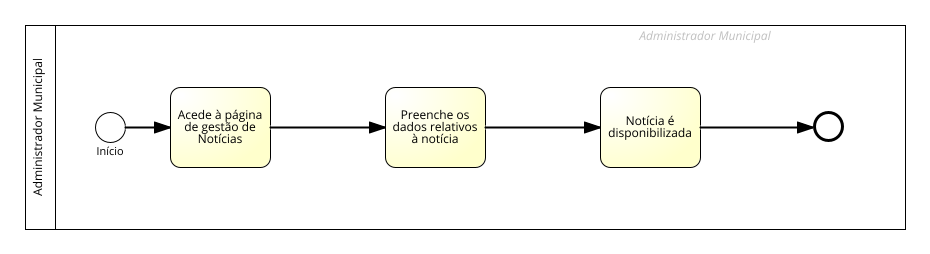
The BPMN diagram BPMNs/Noticias/Images/RFN1.png in Municip-io-org/Municip.io, before a commit. Its source is kept beside it as BPMNs/Noticias/RFN1.bpmn. Ids are renumbered.
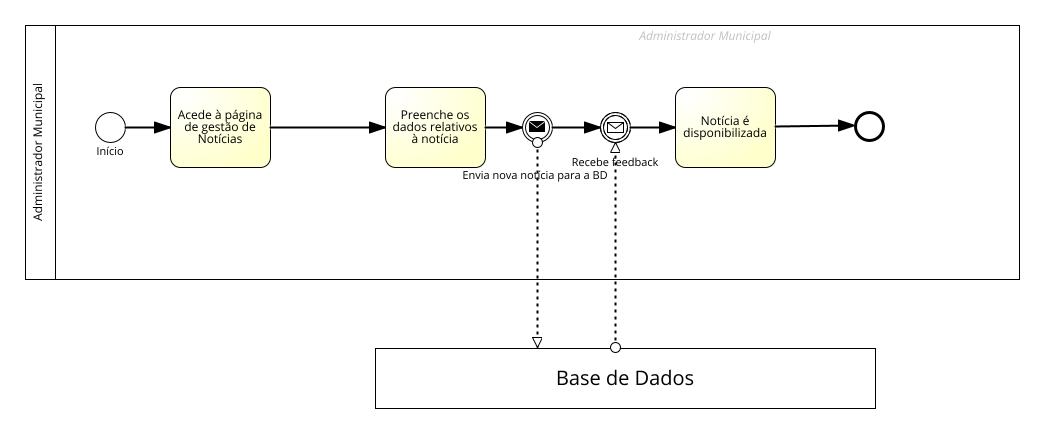
The same diagram one commit later.

Change to the diagram source:
```diff
@@ -1,11 +1,11 @@
-<?xml version="1.0" encoding="UTF-8"?><definitions xmlns="http://www.omg.org/spec/BPMN/20100524/MODEL" xmlns:bpmndi="http://www.omg.org/spec/BPMN/20100524/DI" xmlns:omgdc="http://www.omg.org/spec/DD/20100524/DC" xmlns:omgdi="http://www.omg.org/spec/DD/20100524/DI" xmlns:signavio="http://www.signavio.com" xmlns:xsi="http://www.w3.org/2001/XMLSchema-instance" exporter="Signavio Process Editor, http://www.signavio.com" exporterVersion="17.8.2" expressionLanguage="http://www.w3.org/TR/XPath" id="sid-4dd7f2a3-5fba-40e6-9d5b-0bfffac87da0" targetNamespace="http://www.signavio.com" typeLanguage="http://www.w3.org/2001/XMLSchema" xsi:schemaLocation="http://www.omg.org/spec/BPMN/20100524/MODEL http://www.omg.org/spec/BPMN/2.0/20100501/BPMN20.xsd">
-   <collaboration id="sid-fb8f1d0f-0db6-4efe-ad0c-43e25fd2d0cf">
+<?xml version="1.0" encoding="UTF-8"?><definitions xmlns="http://www.omg.org/spec/BPMN/20100524/MODEL" xmlns:bpmndi="http://www.omg.org/spec/BPMN/20100524/DI" xmlns:omgdc="http://www.omg.org/spec/DD/20100524/DC" xmlns:omgdi="http://www.omg.org/spec/DD/20100524/DI" xmlns:signavio="http://www.signavio.com" xmlns:xsi="http://www.w3.org/2001/XMLSchema-instance" exporter="Signavio Process Editor, http://www.signavio.com" exporterVersion="17.9.0" expressionLanguage="http://www.w3.org/TR/XPath" id="sid-4dd7f2a3-5fba-40e6-9d5b-0bfffac87da0" targetNamespace="http://www.signavio.com" typeLanguage="http://www.w3.org/2001/XMLSchema" xsi:schemaLocation="http://www.omg.org/spec/BPMN/20100524/MODEL http://www.omg.org/spec/BPMN/2.0/20100501/BPMN20.xsd">
+   <collaboration id="sid-befba8bf-5fcd-445f-8a0f-0e3a3229c1b9">
       <extensionElements>
          <signavio:signavioDiagramMetaData metaKey="prozessreifegrad" metaValue=""/>
          <signavio:signavioDiagramMetaData metaKey="iso9000ff" metaValue=""/>
          <signavio:signavioDiagramMetaData metaKey="processgoal" metaValue=""/>
          <signavio:signavioDiagramMetaData metaKey="meta-processowner" metaValue=""/>
-         <signavio:signavioDiagramMetaData metaKey="revisionid" metaValue="10564391181e41b1b3acac25d051df46"/>
+         <signavio:signavioDiagramMetaData metaKey="revisionid" metaValue="48b14fd833584cec989cf34111dc3d10"/>
       </extensionElements>
       <participant id="sid-C733514D-823D-4819-8732-989D73A9776D" name="Administrador Municipal" processRef="sid-2538C717-8616-4657-9795-578E80E1D211">
          <extensionElements>
@@ -13,10 +13,26 @@
             <signavio:signavioMetaData metaKey="bordercolor" metaValue="#000000"/>
          </extensionElements>
       </participant>
+      <participant id="sid-15A93E86-8013-4BD7-87D2-C8F8936AB323" name="Base de Dados">
+         <extensionElements>
+            <signavio:signavioMetaData metaKey="bgcolor" metaValue="#ffffff"/>
+            <signavio:signavioMetaData metaKey="bordercolor" metaValue="#000000"/>
+         </extensionElements>
+      </participant>
+      <messageFlow id="sid-EBE7E81C-15A4-450B-9451-69A68AFB99DA" name="" sourceRef="sid-9E582533-90B9-41A1-8901-E6BDBCE4A633" targetRef="sid-15A93E86-8013-4BD7-87D2-C8F8936AB323">
+         <extensionElements>
+            <signavio:signavioMetaData metaKey="bordercolor" metaValue="#000000"/>
+         </extensionElements>
+      </messageFlow>
+      <messageFlow id="sid-6E976A24-0670-4A5E-9B4C-0463D40D8926" name="" sourceRef="sid-15A93E86-8013-4BD7-87D2-C8F8936AB323" targetRef="sid-C0E6F5C5-2F8D-4272-8E2C-BD72884A7BB3">
+         <extensionElements>
+            <signavio:signavioMetaData metaKey="bordercolor" metaValue="#000000"/>
+         </extensionElements>
+      </messageFlow>
    </collaboration>
    <process id="sid-2538C717-8616-4657-9795-578E80E1D211" isClosed="false" isExecutable="false" name="Administrador Municipal" processType="None">
       <extensionElements/>
-      <laneSet id="sid-3623e917-7b72-42d8-9e2d-52a6276d74a9">
+      <laneSet id="sid-d7ab1929-beec-4f9a-96b1-ccf376e1db17">
          <lane id="sid-E4AD8B47-EEA8-4F4E-BC90-DE4E019B9808">
             <extensionElements>
                <signavio:signavioMetaData metaKey="bgcolor" metaValue=""/>
@@ -27,6 +43,8 @@
             <flowNodeRef>sid-D6DAE96C-7D53-4957-9D50-F695E2F09B73</flowNodeRef>
             <flowNodeRef>sid-FB200413-DE57-4C76-9571-7EF92D1592FA</flowNodeRef>
             <flowNodeRef>sid-9B4BFE13-EBF1-44BE-9351-EF4F2C384482</flowNodeRef>
+            <flowNodeRef>sid-9E582533-90B9-41A1-8901-E6BDBCE4A633</flowNodeRef>
+            <flowNodeRef>sid-C0E6F5C5-2F8D-4272-8E2C-BD72884A7BB3</flowNodeRef>
          </lane>
       </laneSet>
       <task completionQuantity="1" id="sid-DF6BCFD8-1862-4AA0-ACD0-5F5D71EF5D7F" isForCompensation="false" name="Acede à página de gestão de Notícias" startQuantity="1">
@@ -35,9 +53,9 @@
             <signavio:signavioMetaData metaKey="bordercolor" metaValue="#000000"/>
             <signavio:signavioMetaData metaKey="erteiltfreigabe" metaValue=""/>
             <signavio:signavioMetaData metaKey="meta-risks" metaValue=""/>
-            <signavio:signavioMetaData metaKey="wirdkonsultiert" metaValue=""/>
-            <signavio:signavioMetaData metaKey="externaldocuments" metaValue=""/>
-            <signavio:signavioMetaData metaKey="wirdinformiert" metaValue=""/>
+            <signavio:signavioMetaData metaKey="wirdkonsultiert" metaValue="[]"/>
+            <signavio:signavioMetaData metaKey="externaldocuments" metaValue="[]"/>
+            <signavio:signavioMetaData metaKey="wirdinformiert" metaValue="[]"/>
          </extensionElements>
          <incoming>sid-47070F4F-5CA7-4C62-A7A0-87E4FD010517</incoming>
          <outgoing>sid-97208956-9090-4598-8C96-93E8FA480096</outgoing>
@@ -48,12 +66,12 @@
             <signavio:signavioMetaData metaKey="bordercolor" metaValue="#000000"/>
             <signavio:signavioMetaData metaKey="erteiltfreigabe" metaValue=""/>
             <signavio:signavioMetaData metaKey="meta-risks" metaValue=""/>
-            <signavio:signavioMetaData metaKey="wirdkonsultiert" metaValue=""/>
-            <signavio:signavioMetaData metaKey="externaldocuments" metaValue=""/>
-            <signavio:signavioMetaData metaKey="wirdinformiert" metaValue=""/>
+            <signavio:signavioMetaData metaKey="wirdkonsultiert" metaValue="[]"/>
+            <signavio:signavioMetaData metaKey="externaldocuments" metaValue="[]"/>
+            <signavio:signavioMetaData metaKey="wirdinformiert" metaValue="[]"/>
          </extensionElements>
          <incoming>sid-97208956-9090-4598-8C96-93E8FA480096</incoming>
-         <outgoing>sid-7FFFCC01-32F2-42AB-B968-F94035865116</outgoing>
+         <outgoing>sid-708B9872-1509-42A2-A5FA-C74F4DB16F3F</outgoing>
       </task>
       <task completionQuantity="1" id="sid-D6DAE96C-7D53-4957-9D50-F695E2F09B73" isForCompensation="false" name="Notícia é disponibilizada" startQuantity="1">
          <extensionElements>
@@ -61,18 +79,18 @@
             <signavio:signavioMetaData metaKey="bordercolor" metaValue="#000000"/>
             <signavio:signavioMetaData metaKey="erteiltfreigabe" metaValue=""/>
             <signavio:signavioMetaData metaKey="meta-risks" metaValue=""/>
-            <signavio:signavioMetaData metaKey="wirdkonsultiert" metaValue=""/>
-            <signavio:signavioMetaData metaKey="externaldocuments" metaValue=""/>
-            <signavio:signavioMetaData metaKey="wirdinformiert" metaValue=""/>
+            <signavio:signavioMetaData metaKey="wirdkonsultiert" metaValue="[]"/>
+            <signavio:signavioMetaData metaKey="externaldocuments" metaValue="[]"/>
+            <signavio:signavioMetaData metaKey="wirdinformiert" metaValue="[]"/>
          </extensionElements>
-         <incoming>sid-7FFFCC01-32F2-42AB-B968-F94035865116</incoming>
+         <incoming>sid-8077326F-C190-4495-81CE-3D5E703B6A17</incoming>
          <outgoing>sid-8AB6801E-5F7F-4929-8551-37845EA05FC2</outgoing>
       </task>
-      <startEvent id="sid-FB200413-DE57-4C76-9571-7EF92D1592FA" name="Início">
+      <startEvent id="sid-FB200413-DE57-4C76-9571-7EF92D1592FA" isInterrupting="true" name="Início">
          <extensionElements>
             <signavio:signavioMetaData metaKey="bgcolor" metaValue="#ffffff"/>
             <signavio:signavioMetaData metaKey="bordercolor" metaValue="#000000"/>
-            <signavio:signavioMetaData metaKey="vorgngerprozesse" metaValue=""/>
+            <signavio:signavioMetaData metaKey="vorgngerprozesse" metaValue="[]"/>
          </extensionElements>
          <outgoing>sid-47070F4F-5CA7-4C62-A7A0-87E4FD010517</outgoing>
       </startEvent>
@@ -80,68 +98,116 @@
          <extensionElements>
             <signavio:signavioMetaData metaKey="bgcolor" metaValue="#ffffff"/>
             <signavio:signavioMetaData metaKey="bordercolor" metaValue="#000000"/>
-            <signavio:signavioMetaData metaKey="nachfolgerprozesse" metaValue=""/>
+            <signavio:signavioMetaData metaKey="nachfolgerprozesse" metaValue="[]"/>
          </extensionElements>
          <incoming>sid-8AB6801E-5F7F-4929-8551-37845EA05FC2</incoming>
       </endEvent>
-      <sequenceFlow id="sid-47070F4F-5CA7-4C62-A7A0-87E4FD010517" name="" sourceRef="sid-FB200413-DE57-4C76-9571-7EF92D1592FA" targetRef="sid-DF6BCFD8-1862-4AA0-ACD0-5F5D71EF5D7F">
+      <intermediateThrowEvent id="sid-9E582533-90B9-41A1-8901-E6BDBCE4A633" name="Envia nova notícia para a BD">
+         <extensionElements>
+            <signavio:signavioMetaData metaKey="bgcolor" metaValue="#ffffff"/>
+            <signavio:signavioMetaData metaKey="bordercolor" metaValue="#000000"/>
+            <signavio:signavioLabel ref="text_name" valign="middle" x="13.0" y="63.0"/>
+         </extensionElements>
+         <incoming>sid-708B9872-1509-42A2-A5FA-C74F4DB16F3F</incoming>
+         <outgoing>sid-6F3B26FF-E325-491F-9874-9B5EAC8F8341</outgoing>
+         <messageEventDefinition id="sid-8267a8fe-ce0e-451d-8782-9006a7dd5152"/>
+      </intermediateThrowEvent>
+      <intermediateCatchEvent id="sid-C0E6F5C5-2F8D-4272-8E2C-BD72884A7BB3" name="Recebe feedback">
+         <extensionElements>
+            <signavio:signavioMetaData metaKey="bgcolor" metaValue="#ffffff"/>
+            <signavio:signavioMetaData metaKey="bordercolor" metaValue="#000000"/>
+            <signavio:signavioLabel ref="text_name" valign="middle" x="15.0" y="50.0"/>
+         </extensionElements>
+         <incoming>sid-6F3B26FF-E325-491F-9874-9B5EAC8F8341</incoming>
+         <outgoing>sid-8077326F-C190-4495-81CE-3D5E703B6A17</outgoing>
+         <messageEventDefinition id="sid-6eba6a02-4f67-463b-aadc-75fff97c4d70"/>
+      </intermediateCatchEvent>
+      <sequenceFlow id="sid-47070F4F-5CA7-4C62-A7A0-87E4FD010517" isImmediate="true" name="" sourceRef="sid-FB200413-DE57-4C76-9571-7EF92D1592FA" targetRef="sid-DF6BCFD8-1862-4AA0-ACD0-5F5D71EF5D7F">
          <extensionElements>
             <signavio:signavioMetaData metaKey="bordercolor" metaValue="#000000"/>
          </extensionElements>
       </sequenceFlow>
-      <sequenceFlow id="sid-97208956-9090-4598-8C96-93E8FA480096" name="" sourceRef="sid-DF6BCFD8-1862-4AA0-ACD0-5F5D71EF5D7F" targetRef="sid-51B9FBA7-B112-42B0-98D2-809B6569C501">
+      <sequenceFlow id="sid-97208956-9090-4598-8C96-93E8FA480096" isImmediate="true" name="" sourceRef="sid-DF6BCFD8-1862-4AA0-ACD0-5F5D71EF5D7F" targetRef="sid-51B9FBA7-B112-42B0-98D2-809B6569C501">
          <extensionElements>
             <signavio:signavioMetaData metaKey="bordercolor" metaValue="#000000"/>
          </extensionElements>
       </sequenceFlow>
-      <sequenceFlow id="sid-7FFFCC01-32F2-42AB-B968-F94035865116" name="" sourceRef="sid-51B9FBA7-B112-42B0-98D2-809B6569C501" targetRef="sid-D6DAE96C-7D53-4957-9D50-F695E2F09B73">
+      <sequenceFlow id="sid-8AB6801E-5F7F-4929-8551-37845EA05FC2" isImmediate="true" name="" sourceRef="sid-D6DAE96C-7D53-4957-9D50-F695E2F09B73" targetRef="sid-9B4BFE13-EBF1-44BE-9351-EF4F2C384482">
          <extensionElements>
             <signavio:signavioMetaData metaKey="bordercolor" metaValue="#000000"/>
          </extensionElements>
       </sequenceFlow>
-      <sequenceFlow id="sid-8AB6801E-5F7F-4929-8551-37845EA05FC2" name="" sourceRef="sid-D6DAE96C-7D53-4957-9D50-F695E2F09B73" targetRef="sid-9B4BFE13-EBF1-44BE-9351-EF4F2C384482">
+      <sequenceFlow id="sid-6F3B26FF-E325-491F-9874-9B5EAC8F8341" name="" sourceRef="sid-9E582533-90B9-41A1-8901-E6BDBCE4A633" targetRef="sid-C0E6F5C5-2F8D-4272-8E2C-BD72884A7BB3">
+         <extensionElements>
+            <signavio:signavioMetaData metaKey="bordercolor" metaValue="#000000"/>
+         </extensionElements>
+      </sequenceFlow>
+      <sequenceFlow id="sid-8077326F-C190-4495-81CE-3D5E703B6A17" name="" sourceRef="sid-C0E6F5C5-2F8D-4272-8E2C-BD72884A7BB3" targetRef="sid-D6DAE96C-7D53-4957-9D50-F695E2F09B73">
+         <extensionElements>
+            <signavio:signavioMetaData metaKey="bordercolor" metaValue="#000000"/>
+         </extensionElements>
+      </sequenceFlow>
+      <sequenceFlow id="sid-708B9872-1509-42A2-A5FA-C74F4DB16F3F" name="" sourceRef="sid-51B9FBA7-B112-42B0-98D2-809B6569C501" targetRef="sid-9E582533-90B9-41A1-8901-E6BDBCE4A633">
          <extensionElements>
             <signavio:signavioMetaData metaKey="bordercolor" metaValue="#000000"/>
          </extensionElements>
       </sequenceFlow>
    </process>
-   <bpmndi:BPMNDiagram id="sid-e6718b71-d02d-40e8-b0b8-d04e8b04f7dc">
-      <bpmndi:BPMNPlane bpmnElement="sid-fb8f1d0f-0db6-4efe-ad0c-43e25fd2d0cf" id="sid-6268a3f6-7c01-4909-884e-54710e2a50aa">
+   <bpmndi:BPMNDiagram id="sid-1a5de22c-a1db-4c84-b700-d263250e3480">
+      <bpmndi:BPMNPlane bpmnElement="sid-befba8bf-5fcd-445f-8a0f-0e3a3229c1b9" id="sid-ab571615-1aa9-4a92-83a3-7edfb950d6ac">
          <bpmndi:BPMNShape bpmnElement="sid-C733514D-823D-4819-8732-989D73A9776D" id="sid-C733514D-823D-4819-8732-989D73A9776D_gui" isHorizontal="true">
-            <omgdc:Bounds height="204.0" width="880.0" x="160.0" y="257.0"/>
-            <bpmndi:BPMNLabel labelStyle="sid-93c240fb-f745-4e5e-b506-dfcb0984e971">
-               <omgdc:Bounds height="128.05714416503906" width="12.000000000000028" x="165.0" y="294.97142791748047"/>
+            <omgdc:Bounds height="253.99999925494194" width="993.9999983012676" x="160.0" y="257.0"/>
+            <bpmndi:BPMNLabel labelStyle="sid-7a4869b2-22f7-4485-a570-0b68f04a115f">
+               <omgdc:Bounds height="128.05714416503906" width="12.000000000000028" x="165.00000037252903" y="319.97142754495144"/>
+            </bpmndi:BPMNLabel>
+         </bpmndi:BPMNShape>
+         <bpmndi:BPMNShape bpmnElement="sid-15A93E86-8013-4BD7-87D2-C8F8936AB323" id="sid-15A93E86-8013-4BD7-87D2-C8F8936AB323_gui" isHorizontal="true">
+            <omgdc:Bounds height="60.0" width="500.0" x="510.0" y="580.0"/>
+            <bpmndi:BPMNLabel labelStyle="sid-7a4869b2-22f7-4485-a570-0b68f04a115f">
+               <omgdc:Bounds height="20.0" width="136.28570556640625" x="691.8571472167969" y="597.0"/>
             </bpmndi:BPMNLabel>
          </bpmndi:BPMNShape>
          <bpmndi:BPMNShape bpmnElement="sid-E4AD8B47-EEA8-4F4E-BC90-DE4E019B9808" id="sid-E4AD8B47-EEA8-4F4E-BC90-DE4E019B9808_gui" isHorizontal="true">
-            <omgdc:Bounds height="204.0" width="850.0" x="190.0" y="257.0"/>
+            <omgdc:Bounds height="253.99999925494194" width="963.9999983012676" x="190.0" y="257.0"/>
          </bpmndi:BPMNShape>
          <bpmndi:BPMNShape bpmnElement="sid-DF6BCFD8-1862-4AA0-ACD0-5F5D71EF5D7F" id="sid-DF6BCFD8-1862-4AA0-ACD0-5F5D71EF5D7F_gui">
             <omgdc:Bounds height="80.0" width="100.0" x="305.0" y="319.0"/>
-            <bpmndi:BPMNLabel labelStyle="sid-93c240fb-f745-4e5e-b506-dfcb0984e971">
+            <bpmndi:BPMNLabel labelStyle="sid-7a4869b2-22f7-4485-a570-0b68f04a115f">
                <omgdc:Bounds height="36.0" width="83.31428527832031" x="313.34285736083984" y="339.0"/>
             </bpmndi:BPMNLabel>
          </bpmndi:BPMNShape>
          <bpmndi:BPMNShape bpmnElement="sid-51B9FBA7-B112-42B0-98D2-809B6569C501" id="sid-51B9FBA7-B112-42B0-98D2-809B6569C501_gui">
             <omgdc:Bounds height="80.0" width="100.0" x="520.0" y="319.0"/>
-            <bpmndi:BPMNLabel labelStyle="sid-93c240fb-f745-4e5e-b506-dfcb0984e971">
+            <bpmndi:BPMNLabel labelStyle="sid-7a4869b2-22f7-4485-a570-0b68f04a115f">
                <omgdc:Bounds height="36.0" width="82.5428466796875" x="528.7285766601562" y="339.0"/>
             </bpmndi:BPMNLabel>
          </bpmndi:BPMNShape>
          <bpmndi:BPMNShape bpmnElement="sid-D6DAE96C-7D53-4957-9D50-F695E2F09B73" id="sid-D6DAE96C-7D53-4957-9D50-F695E2F09B73_gui">
-            <omgdc:Bounds height="80.0" width="100.0" x="735.0" y="319.0"/>
-            <bpmndi:BPMNLabel labelStyle="sid-93c240fb-f745-4e5e-b506-dfcb0984e971">
-               <omgdc:Bounds height="24.0" width="77.9142837524414" x="746.0428581237793" y="345.0"/>
+            <omgdc:Bounds height="80.0" width="100.0" x="809.9999879300597" y="319.0"/>
+            <bpmndi:BPMNLabel labelStyle="sid-7a4869b2-22f7-4485-a570-0b68f04a115f">
+               <omgdc:Bounds height="24.0" width="77.9142837524414" x="821.042846053839" y="345.0"/>
             </bpmndi:BPMNLabel>
          </bpmndi:BPMNShape>
          <bpmndi:BPMNShape bpmnElement="sid-FB200413-DE57-4C76-9571-7EF92D1592FA" id="sid-FB200413-DE57-4C76-9571-7EF92D1592FA_gui">
             <omgdc:Bounds height="30.0" width="30.0" x="230.0" y="344.0"/>
-            <bpmndi:BPMNLabel labelStyle="sid-a43169d2-7db0-4072-b486-4d83c02eba54">
+            <bpmndi:BPMNLabel labelStyle="sid-4d5ecaea-7382-4eea-9d76-63d17b220264">
                <omgdc:Bounds height="11.0" width="29.700000762939453" x="230.14999961853027" y="376.0"/>
             </bpmndi:BPMNLabel>
          </bpmndi:BPMNShape>
          <bpmndi:BPMNShape bpmnElement="sid-9B4BFE13-EBF1-44BE-9351-EF4F2C384482" id="sid-9B4BFE13-EBF1-44BE-9351-EF4F2C384482_gui">
-            <omgdc:Bounds height="28.0" width="28.0" x="950.0" y="345.0"/>
+            <omgdc:Bounds height="26.0" width="26.0" x="989.9999852478506" y="344.0"/>
+         </bpmndi:BPMNShape>
+         <bpmndi:BPMNShape bpmnElement="sid-9E582533-90B9-41A1-8901-E6BDBCE4A633" id="sid-9E582533-90B9-41A1-8901-E6BDBCE4A633_gui">
+            <omgdc:Bounds height="30.0" width="30.0" x="656.9999902099372" y="343.9999948740006"/>
+            <bpmndi:BPMNLabel labelStyle="sid-4d5ecaea-7382-4eea-9d76-63d17b220264">
+               <omgdc:Bounds height="11.0" width="146.37857055664062" x="596.8107049316169" y="399.9999948740006"/>
+            </bpmndi:BPMNLabel>
+         </bpmndi:BPMNShape>
+         <bpmndi:BPMNShape bpmnElement="sid-C0E6F5C5-2F8D-4272-8E2C-BD72884A7BB3" id="sid-C0E6F5C5-2F8D-4272-8E2C-BD72884A7BB3_gui">
+            <omgdc:Bounds height="30.0" width="30.0" x="734.9999879300597" y="344.0"/>
+            <bpmndi:BPMNLabel labelStyle="sid-4d5ecaea-7382-4eea-9d76-63d17b220264">
+               <omgdc:Bounds height="11.0" width="82.7357177734375" x="708.6321290433409" y="387.0"/>
+            </bpmndi:BPMNLabel>
          </bpmndi:BPMNShape>
          <bpmndi:BPMNEdge bpmnElement="sid-47070F4F-5CA7-4C62-A7A0-87E4FD010517" id="sid-47070F4F-5CA7-4C62-A7A0-87E4FD010517_gui">
             <omgdi:waypoint x="260.0" y="359.0"/>
@@ -151,19 +217,35 @@
             <omgdi:waypoint x="405.0" y="359.0"/>
             <omgdi:waypoint x="520.0" y="359.0"/>
          </bpmndi:BPMNEdge>
-         <bpmndi:BPMNEdge bpmnElement="sid-7FFFCC01-32F2-42AB-B968-F94035865116" id="sid-7FFFCC01-32F2-42AB-B968-F94035865116_gui">
-            <omgdi:waypoint x="620.0" y="359.0"/>
-            <omgdi:waypoint x="735.0" y="359.0"/>
+         <bpmndi:BPMNEdge bpmnElement="sid-8AB6801E-5F7F-4929-8551-37845EA05FC2" id="sid-8AB6801E-5F7F-4929-8551-37845EA05FC2_gui">
+            <omgdi:waypoint x="909.9999879300597" y="359.0"/>
+            <omgdi:waypoint x="989.9999852478506" y="357.27956990053616"/>
          </bpmndi:BPMNEdge>
-         <bpmndi:BPMNEdge bpmnElement="sid-8AB6801E-5F7F-4929-8551-37845EA05FC2" id="sid-8AB6801E-5F7F-4929-8551-37845EA05FC2_gui">
-            <omgdi:waypoint x="835.0" y="359.0"/>
-            <omgdi:waypoint x="950.0" y="359.0"/>
+         <bpmndi:BPMNEdge bpmnElement="sid-6F3B26FF-E325-491F-9874-9B5EAC8F8341" id="sid-6F3B26FF-E325-491F-9874-9B5EAC8F8341_gui">
+            <omgdi:waypoint x="686.9999902099372" y="358.99999585976974"/>
+            <omgdi:waypoint x="734.9999879300597" y="358.99999901423087"/>
+         </bpmndi:BPMNEdge>
+         <bpmndi:BPMNEdge bpmnElement="sid-8077326F-C190-4495-81CE-3D5E703B6A17" id="sid-8077326F-C190-4495-81CE-3D5E703B6A17_gui">
+            <omgdi:waypoint x="764.9999879300597" y="359.0"/>
+            <omgdi:waypoint x="809.9999879300597" y="359.0"/>
+         </bpmndi:BPMNEdge>
+         <bpmndi:BPMNEdge bpmnElement="sid-708B9872-1509-42A2-A5FA-C74F4DB16F3F" id="sid-708B9872-1509-42A2-A5FA-C74F4DB16F3F_gui">
+            <omgdi:waypoint x="620.0" y="358.999997487255"/>
+            <omgdi:waypoint x="656.9999902099372" y="358.99999562782415"/>
+         </bpmndi:BPMNEdge>
+         <bpmndi:BPMNEdge bpmnElement="sid-EBE7E81C-15A4-450B-9451-69A68AFB99DA" id="sid-EBE7E81C-15A4-450B-9451-69A68AFB99DA_gui">
+            <omgdi:waypoint x="671.9999902099372" y="373.9999948740006"/>
+            <omgdi:waypoint x="671.9999902099372" y="580.0"/>
+         </bpmndi:BPMNEdge>
+         <bpmndi:BPMNEdge bpmnElement="sid-6E976A24-0670-4A5E-9B4C-0463D40D8926" id="sid-6E976A24-0670-4A5E-9B4C-0463D40D8926_gui">
+            <omgdi:waypoint x="749.9999879300597" y="580.0"/>
+            <omgdi:waypoint x="749.9999879300597" y="374.0"/>
          </bpmndi:BPMNEdge>
       </bpmndi:BPMNPlane>
-      <bpmndi:BPMNLabelStyle id="sid-a43169d2-7db0-4072-b486-4d83c02eba54">
+      <bpmndi:BPMNLabelStyle id="sid-4d5ecaea-7382-4eea-9d76-63d17b220264">
          <omgdc:Font isBold="false" isItalic="false" isStrikeThrough="false" isUnderline="false" name="Arial" size="11.0"/>
       </bpmndi:BPMNLabelStyle>
-      <bpmndi:BPMNLabelStyle id="sid-93c240fb-f745-4e5e-b506-dfcb0984e971">
+      <bpmndi:BPMNLabelStyle id="sid-7a4869b2-22f7-4485-a570-0b68f04a115f">
          <omgdc:Font isBold="false" isItalic="false" isStrikeThrough="false" isUnderline="false" name="Arial" size="12.0"/>
       </bpmndi:BPMNLabelStyle>
    </bpmndi:BPMNDiagram>
```
